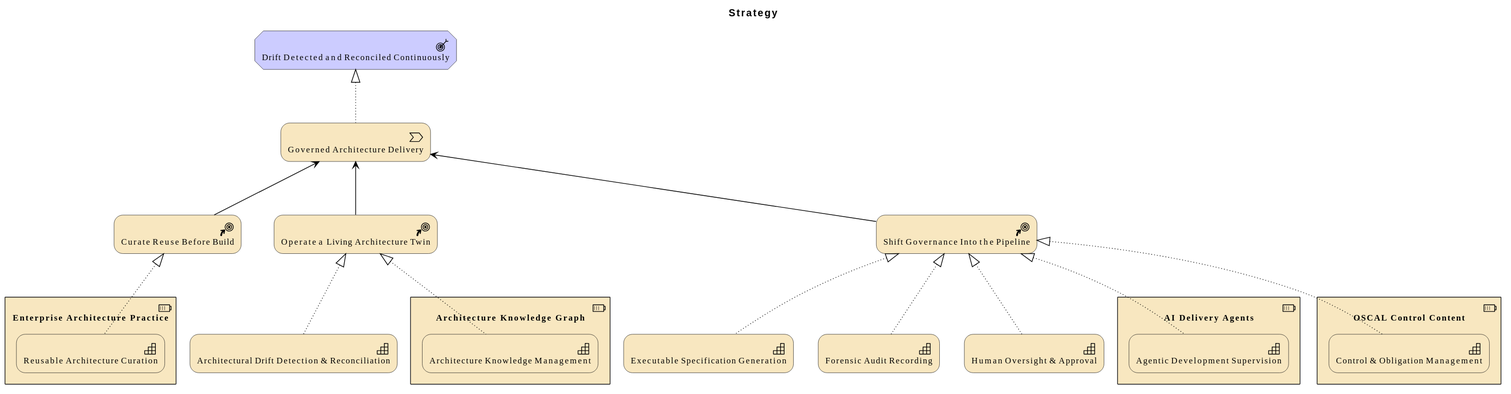
Before: architecture/model/diagrams/vision/4-strategy.svg, a diagram exported from PlantUML (wolffy-au/frictionless-architect).
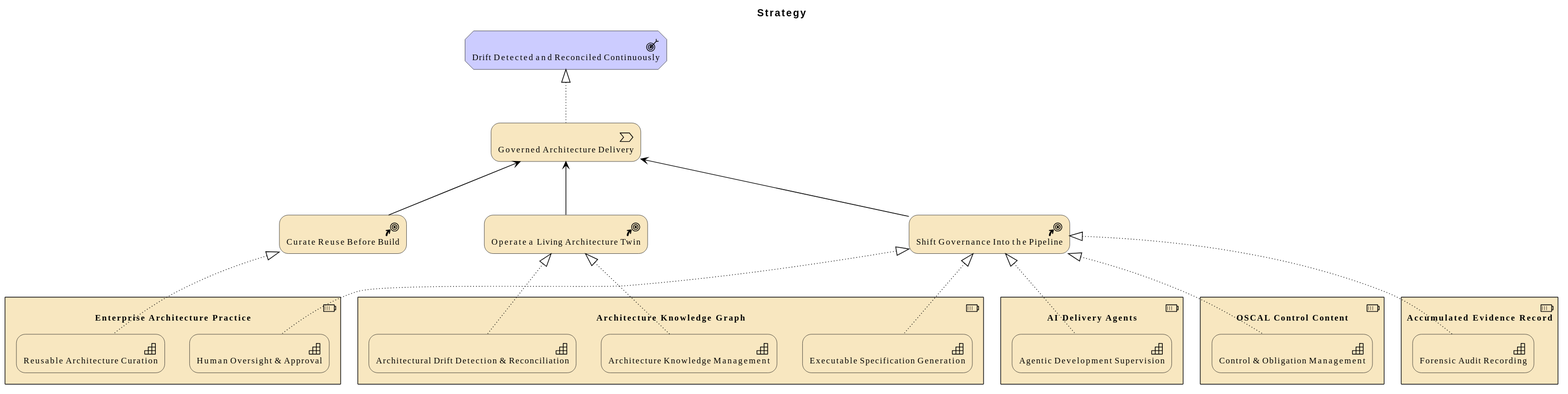
Later version of the same file.

Commit message:
feat(model): assign every capability to a strategy resource

Diff of the diagram source:
```diff
@@ -4,15 +4,13 @@
 title Strategy
 
 Motivation_Outcome(e_id79b6a1e545325d, "Drift Detected and Reconciled Continuously")
-Strategy_Capability(e_idafba1b4ab1e756, "Executable Specification Generation")
-Strategy_Capability(e_idc29413a2099958, "Forensic Audit Recording")
-Strategy_Capability(e_id41aa3eb894c852, "Architectural Drift Detection & Reconciliation")
-Strategy_Capability(e_id08f340a094e552, "Human Oversight & Approval")
 Strategy_CourseOfAction(e_ida9babe1fe97050, "Shift Governance Into the Pipeline")
 Strategy_CourseOfAction(e_id78f58d32222658, "Operate a Living Architecture Twin")
 Strategy_CourseOfAction(e_id0b01ce08664e58, "Curate Reuse Before Build")
 Strategy_Resource(e_id079f659ad9ac5c, "Architecture Knowledge Graph") {
   Strategy_Capability(e_id18ec07397a9d5f, "Architecture Knowledge Management")
+  Strategy_Capability(e_idafba1b4ab1e756, "Executable Specification Generation")
+  Strategy_Capability(e_id41aa3eb894c852, "Architectural Drift Detection & Reconciliation")
 }
 Strategy_Resource(e_id689bf38e5d8a56, "AI Delivery Agents") {
   Strategy_Capability(e_id4a1c34ab69d151, "Agentic Development Supervision")
@@ -22,6 +20,10 @@
 }
 Strategy_Resource(e_id55d6b63f66465b, "Enterprise Architecture Practice") {
   Strategy_Capability(e_id752d1de3794f5f, "Reusable Architecture Curation")
+  Strategy_Capability(e_id08f340a094e552, "Human Oversight & Approval")
+}
+Strategy_Resource(e_id24fcfedcc7a250, "Accumulated Evidence Record") {
+  Strategy_Capability(e_idc29413a2099958, "Forensic Audit Recording")
 }
 Strategy_ValueStream(e_idcd5e1d4017725d, "Governed Architecture Delivery")
 
```
